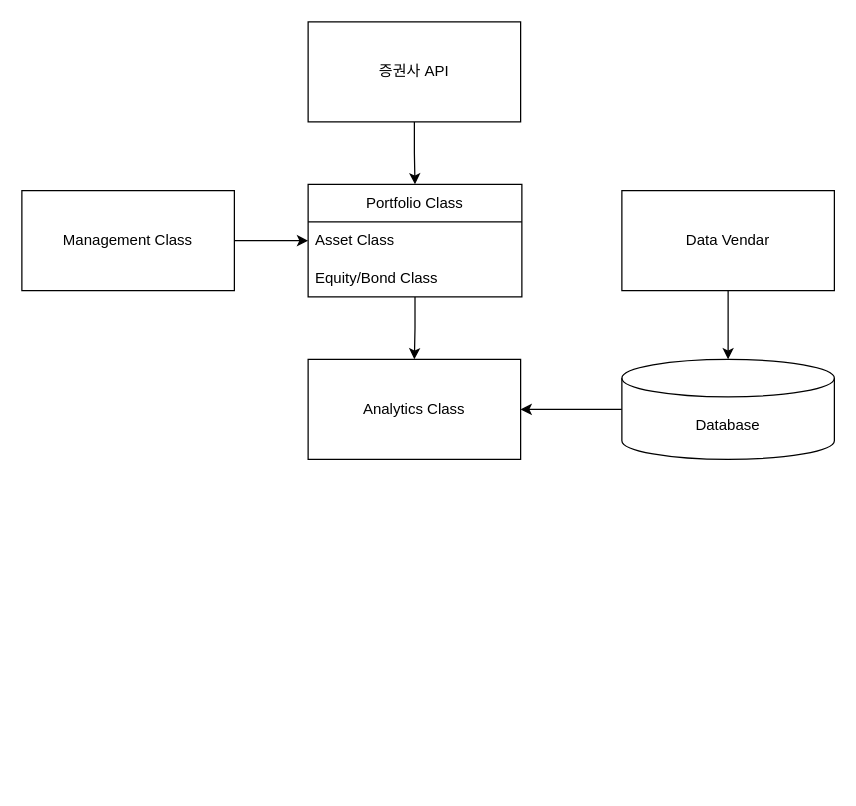
Earlier version of the draw.io diagram 제목 없는 다이어그램.drawio (GwakJunwoo/BetaTross). Source tidied: cells renumbered, new cells numbered last; positions are measured from the earlier drawing's top-left corner, leaving out a move shared by most shapes. Both pictures are drawn from the tidied source at 125%, with x=0, y=0 at pixel (21, 21).
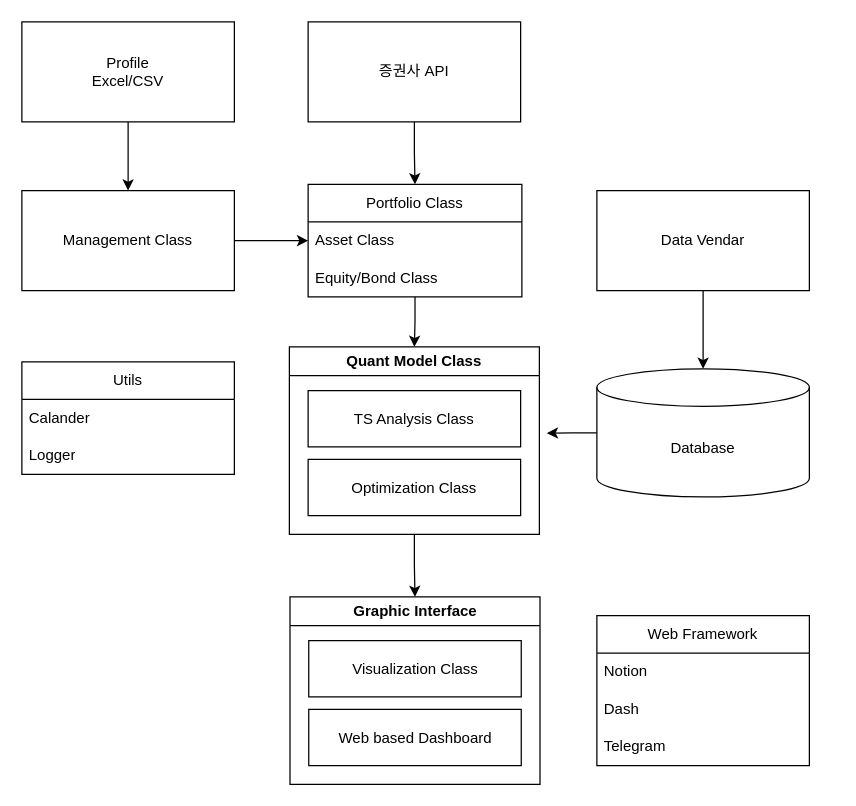
Above is the later version.

Unchanged cells that the change refers to:
```xml
<mxCell id="5" value="Portfolio Class" style="swimlane;fontStyle=0;horizontal=1;startSize=30;whiteSpace=wrap;html=1;" parent="1" vertex="1">
  <mxGeometry x="229" y="130" width="171" height="90" as="geometry" />
</mxCell>
<mxCell id="12" value="Management Class" style="rounded=0;whiteSpace=wrap;html=1;" parent="1" vertex="1">
  <mxGeometry y="135" width="170" height="80" as="geometry" />
</mxCell>
```

Change to the diagram source:
```diff
@@
     <mxCell id="3" value="Data Vendar" style="rounded=0;whiteSpace=wrap;html=1;" parent="1" vertex="1">
-      <mxGeometry x="480" y="135" width="170" height="80" as="geometry" />
+      <mxGeometry x="460" y="135" width="170" height="80" as="geometry" />
     </mxCell>
-    <mxCell id="4" style="edgeStyle=orthogonalEdgeStyle;rounded=0;jettySize=auto;html=1;" parent="1" edge="1" source="5" target="10">
-      <mxGeometry relative="1" as="geometry" />
-    </mxCell>
+    <mxCell id="15" style="edgeStyle=orthogonalEdgeStyle;rounded=0;jettySize=auto;html=1;entryX=0.5;entryY=0;entryDx=0;entryDy=0;" parent="1" edge="1" source="5" target="20">
+      <mxGeometry relative="1" as="geometry" />
+    </mxCell>
@@
-    <mxCell id="10" value="Analytics Class" style="rounded=0;whiteSpace=wrap;html=1;" parent="1" vertex="1">
-      <mxGeometry x="229" y="270" width="170" height="80" as="geometry" />
-    </mxCell>
@@
-    <mxCell id="13" style="edgeStyle=orthogonalEdgeStyle;rounded=0;jettySize=auto;html=1;" parent="1" edge="1" source="14" target="10">
-      <mxGeometry relative="1" as="geometry" />
-    </mxCell>
+    <mxCell id="16" style="edgeStyle=orthogonalEdgeStyle;rounded=0;jettySize=auto;html=1;exitX=0;exitY=0.5;exitDx=0;exitDy=0;exitPerimeter=0;" parent="1" edge="1" source="14">
+      <mxGeometry relative="1" as="geometry">
+        <mxPoint x="420" y="329" as="targetPoint" />
+      </mxGeometry>
+    </mxCell>
     <mxCell id="14" value="Database" style="shape=cylinder3;whiteSpace=wrap;html=1;boundedLbl=1;backgroundOutline=1;size=15;" parent="1" vertex="1">
-      <mxGeometry x="480" y="270" width="170" height="80" as="geometry" />
+      <mxGeometry x="460" y="277.5" width="170" height="102.5" as="geometry" />
     </mxCell>
+    <mxCell id="17" style="edgeStyle=orthogonalEdgeStyle;rounded=0;jettySize=auto;html=1;" parent="1" edge="1" source="18" target="12">
+      <mxGeometry relative="1" as="geometry" />
+    </mxCell>
+    <mxCell id="18" value="Profile&lt;br&gt;Excel/CSV" style="rounded=0;whiteSpace=wrap;html=1;" parent="1" vertex="1">
+      <mxGeometry width="170" height="80" as="geometry" />
+    </mxCell>
+    <mxCell id="19" style="edgeStyle=orthogonalEdgeStyle;rounded=0;jettySize=auto;html=1;entryX=0.5;entryY=0;entryDx=0;entryDy=0;" parent="1" edge="1" source="20" target="25">
+      <mxGeometry relative="1" as="geometry" />
+    </mxCell>
+    <mxCell id="20" value="Quant Model Class" style="swimlane;whiteSpace=wrap;html=1;" parent="1" vertex="1">
+      <mxGeometry x="214" y="260" width="200" height="150" as="geometry" />
+    </mxCell>
+    <mxCell id="10" value="TS Analysis Class" style="rounded=0;whiteSpace=wrap;html=1;" parent="20" vertex="1">
+      <mxGeometry x="15" y="35" width="170" height="45" as="geometry" />
+    </mxCell>
+    <mxCell id="21" value="Optimization Class" style="rounded=0;whiteSpace=wrap;html=1;" parent="20" vertex="1">
+      <mxGeometry x="15" y="90" width="170" height="45" as="geometry" />
+    </mxCell>
+    <mxCell id="22" value="Utils" style="swimlane;fontStyle=0;horizontal=1;startSize=30;whiteSpace=wrap;html=1;" parent="1" vertex="1">
+      <mxGeometry y="272" width="170" height="90" as="geometry" />
+    </mxCell>
+    <mxCell id="23" value="Calander" style="text;strokeColor=none;fillColor=none;align=left;verticalAlign=middle;spacingLeft=4;spacingRight=4;overflow=hidden;whiteSpace=wrap;html=1;" parent="22" vertex="1">
+      <mxGeometry y="30" width="170" height="30" as="geometry" />
+    </mxCell>
+    <mxCell id="24" value="Logger" style="text;strokeColor=none;fillColor=none;align=left;verticalAlign=middle;spacingLeft=4;spacingRight=4;overflow=hidden;whiteSpace=wrap;html=1;" parent="22" vertex="1">
+      <mxGeometry y="60" width="170" height="30" as="geometry" />
+    </mxCell>
+    <mxCell id="25" value="Graphic Interface" style="swimlane;whiteSpace=wrap;html=1;" parent="1" vertex="1">
+      <mxGeometry x="214.5" y="460" width="200" height="150" as="geometry" />
+    </mxCell>
+    <mxCell id="26" value="Visualization Class" style="rounded=0;whiteSpace=wrap;html=1;" parent="25" vertex="1">
+      <mxGeometry x="15" y="35" width="170" height="45" as="geometry" />
+    </mxCell>
+    <mxCell id="27" value="Web based Dashboard" style="rounded=0;whiteSpace=wrap;html=1;" parent="25" vertex="1">
+      <mxGeometry x="15" y="90" width="170" height="45" as="geometry" />
+    </mxCell>
+    <mxCell id="28" value="Web Framework" style="swimlane;fontStyle=0;horizontal=1;startSize=30;whiteSpace=wrap;html=1;" parent="1" vertex="1">
+      <mxGeometry x="460" y="475" width="170" height="120" as="geometry" />
+    </mxCell>
+    <mxCell id="29" value="Notion" style="text;strokeColor=none;fillColor=none;align=left;verticalAlign=middle;spacingLeft=4;spacingRight=4;overflow=hidden;whiteSpace=wrap;html=1;" parent="28" vertex="1">
+      <mxGeometry y="30" width="170" height="30" as="geometry" />
+    </mxCell>
+    <mxCell id="30" value="Dash" style="text;strokeColor=none;fillColor=none;align=left;verticalAlign=middle;spacingLeft=4;spacingRight=4;overflow=hidden;whiteSpace=wrap;html=1;" parent="28" vertex="1">
+      <mxGeometry y="60" width="170" height="30" as="geometry" />
+    </mxCell>
+    <mxCell id="31" value="Telegram" style="text;strokeColor=none;fillColor=none;align=left;verticalAlign=middle;spacingLeft=4;spacingRight=4;overflow=hidden;whiteSpace=wrap;html=1;" parent="28" vertex="1">
+      <mxGeometry y="90" width="170" height="30" as="geometry" />
+    </mxCell>
```
